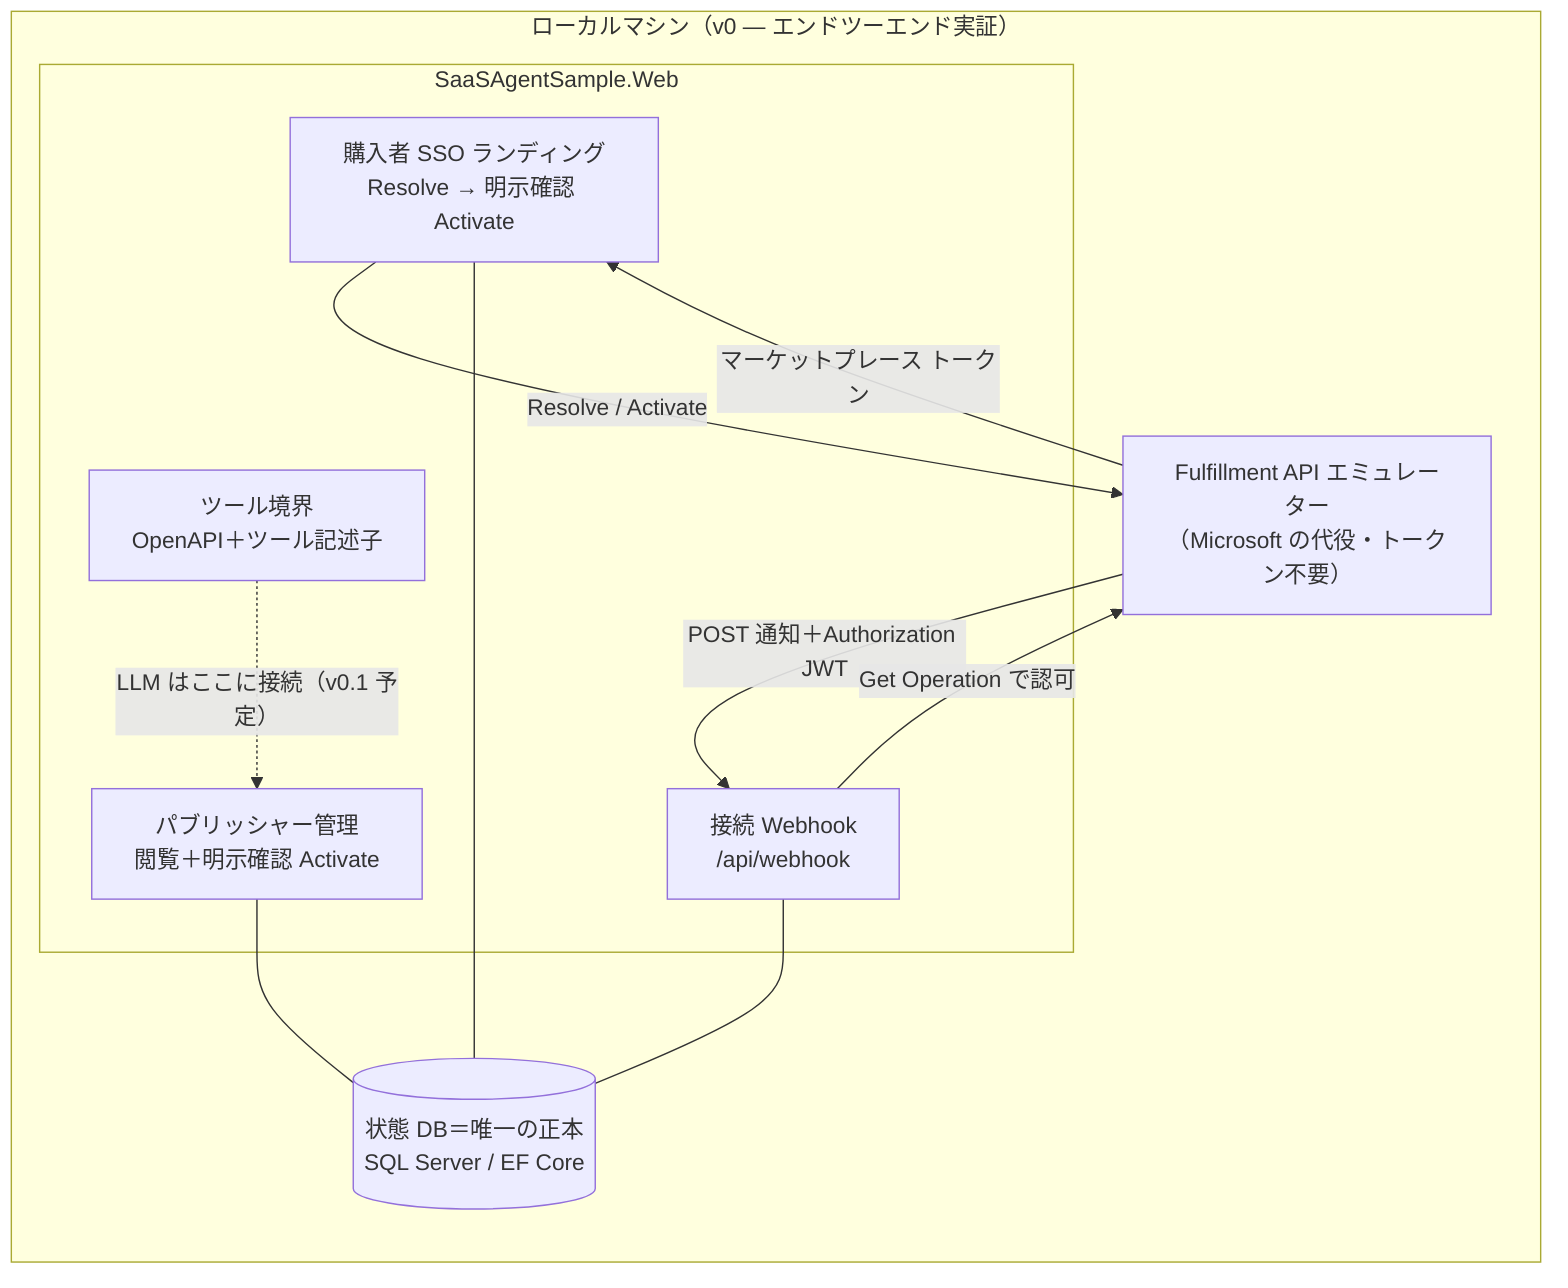
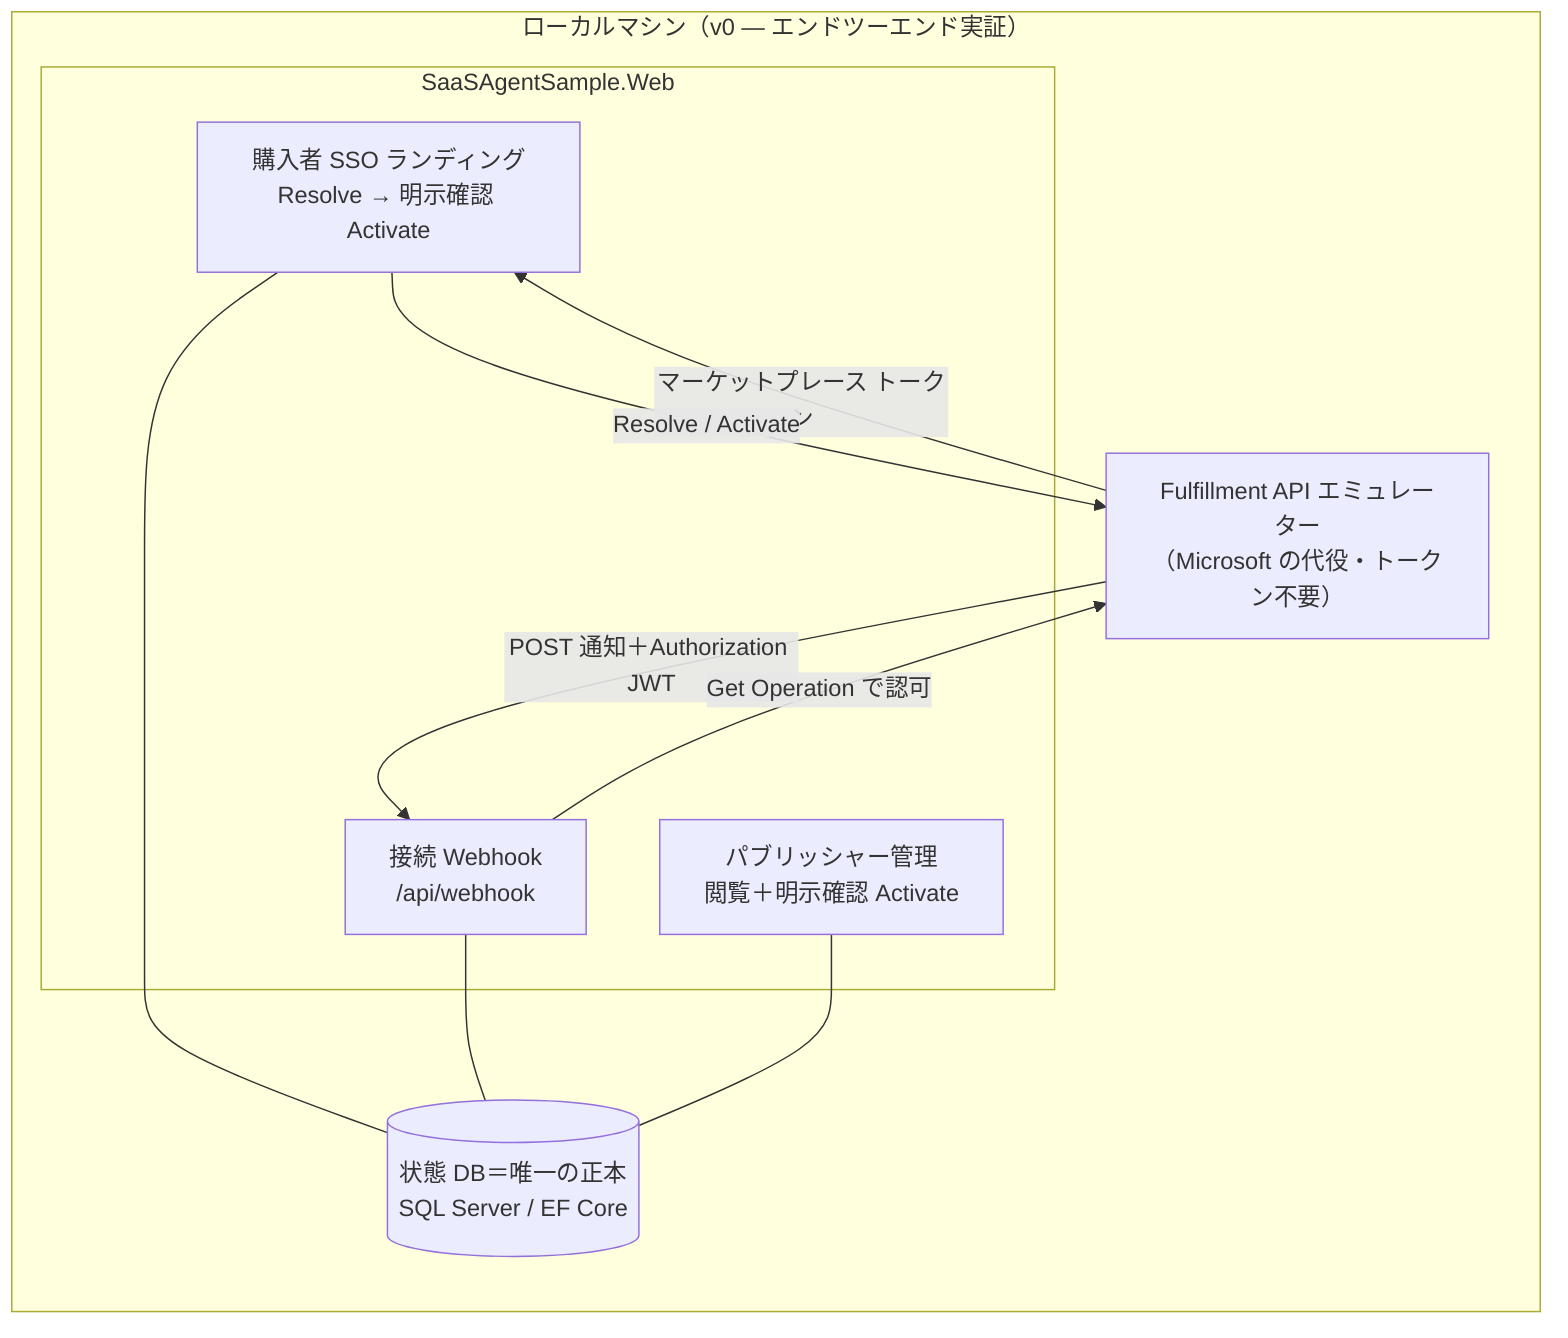
flowchart LR
    subgraph PC["ローカルマシン（v0 — エンドツーエンド実証）"]
        EMU["Fulfillment API エミュレーター<br/>（Microsoft の代役・トークン不要）"]
        subgraph WEB["SaaSAgentSample.Web"]
            LP["購入者 SSO ランディング<br/>Resolve → 明示確認 Activate"]
            WH["接続 Webhook<br/>/api/webhook"]
            ADM["パブリッシャー管理<br/>閲覧＋明示確認 Activate"]
-             TB["ツール境界<br/>OpenAPI＋ツール記述子"]
        end
        DB[("状態 DB＝唯一の正本<br/>SQL Server / EF Core")]
    end
    EMU -->|"マーケットプレース トークン"| LP
    LP -->|"Resolve / Activate"| EMU
    EMU -->|"POST 通知＋Authorization JWT"| WH
    WH -->|"Get Operation で認可"| EMU
    LP --- DB
    WH --- DB
-     ADM --- DB
-     TB -.->|"LLM はここに接続（v0.1 予定）"| ADM+     ADM --- DB